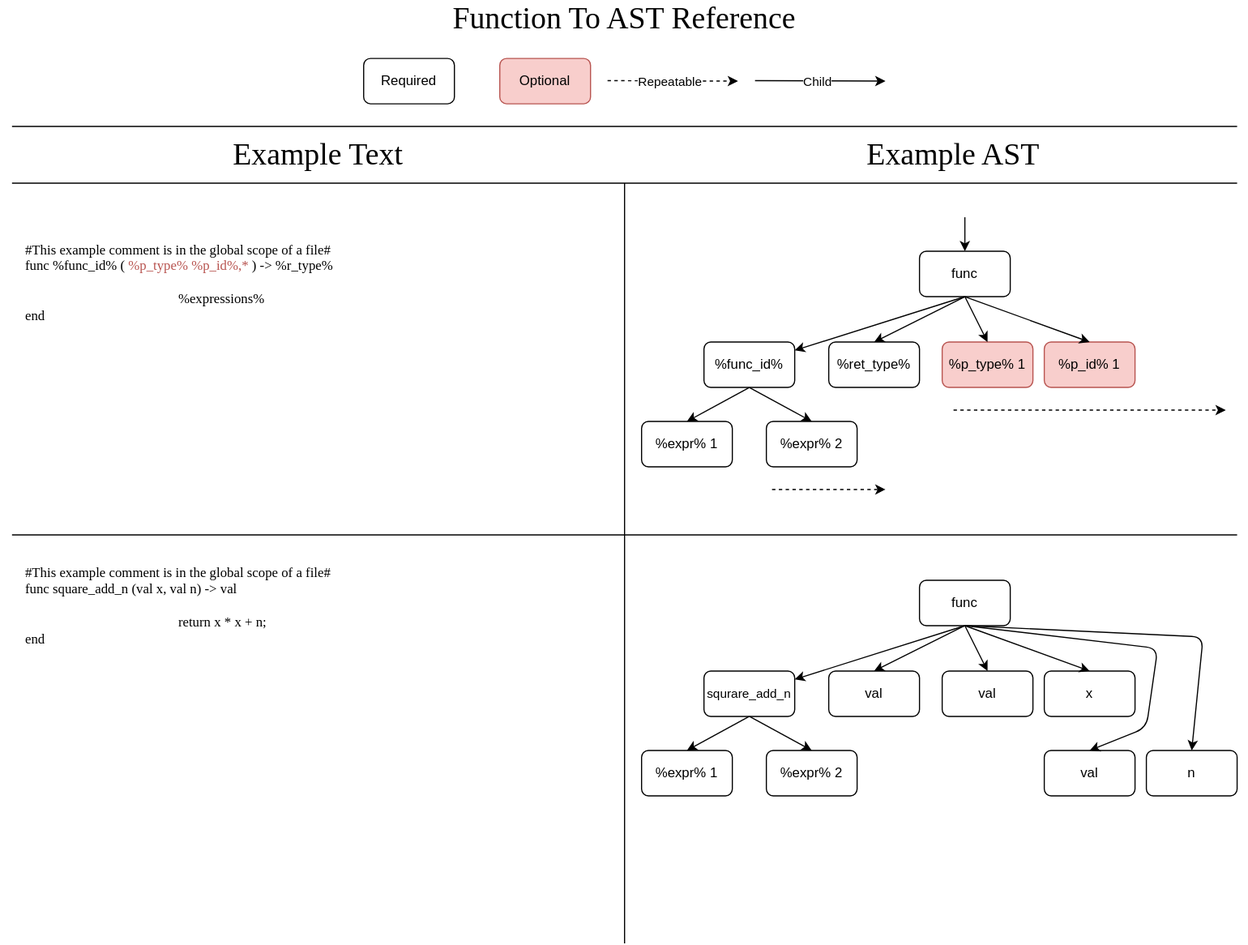
Above: docs/bytecompiler/block_references/function.drawio.svg in MooseTheMoosieMoose/FlowLang (draw.io), before the change. Source tidied: cells renumbered, new cells last; positions are measured from the earlier drawing's top-left corner, leaving out a move shared by most shapes. Its diagram source:
```xml
<mxGraphModel background="#FFFFFF">
  <root>
    <mxCell id="0" />
    <mxCell id="1" parent="0" />
    <mxCell id="2" value="&lt;font style=&quot;font-size: 27px;&quot; face=&quot;Verdana&quot;&gt;Function To AST Reference&lt;/font&gt;" style="text;html=1;align=center;verticalAlign=middle;whiteSpace=wrap;rounded=0;" parent="1" vertex="1">
      <mxGeometry width="1100" height="30" as="geometry" />
    </mxCell>
    <mxCell id="3" value="&lt;div&gt;&lt;font face=&quot;Verdana&quot;&gt;#This example comment is in the global scope of a file#&lt;/font&gt;&lt;/div&gt;&lt;font face=&quot;Verdana&quot;&gt;func %func_id% (&lt;font style=&quot;color: rgb(184, 84, 80);&quot;&gt;%p_type% %p_id%,*&lt;/font&gt;) -&amp;gt; %r_type%&lt;/font&gt;&lt;div&gt;&lt;font face=&quot;Verdana&quot;&gt;&lt;span style=&quot;white-space: pre;&quot;&gt;&#9;&lt;/span&gt;%expressions%&lt;br&gt;&lt;/font&gt;&lt;/div&gt;&lt;div&gt;&lt;font face=&quot;Verdana&quot;&gt;end&lt;/font&gt;&lt;/div&gt;" style="text;html=1;align=left;verticalAlign=top;whiteSpace=wrap;rounded=0;" parent="1" vertex="1">
      <mxGeometry x="20" y="205" width="520" height="70" as="geometry" />
    </mxCell>
    <mxCell id="4" value="func" style="rounded=1;whiteSpace=wrap;html=1;" parent="1" vertex="1">
      <mxGeometry x="810" y="220" width="80" height="40" as="geometry" />
    </mxCell>
    <mxCell id="5" value="%func_id%" style="rounded=1;whiteSpace=wrap;html=1;" parent="1" vertex="1">
      <mxGeometry x="620" y="300" width="80" height="40" as="geometry" />
    </mxCell>
    <mxCell id="6" value="%ret_type%" style="rounded=1;whiteSpace=wrap;html=1;" parent="1" vertex="1">
      <mxGeometry x="730" y="300" width="80" height="40" as="geometry" />
    </mxCell>
    <mxCell id="7" value="%p_type% 1" style="rounded=1;whiteSpace=wrap;html=1;fillColor=#f8cecc;strokeColor=#b85450;" parent="1" vertex="1">
      <mxGeometry x="830" y="300" width="80" height="40" as="geometry" />
    </mxCell>
    <mxCell id="8" value="%p_id% 1" style="rounded=1;whiteSpace=wrap;html=1;fillColor=#f8cecc;strokeColor=#b85450;" parent="1" vertex="1">
      <mxGeometry x="920" y="300" width="80" height="40" as="geometry" />
    </mxCell>
    <mxCell id="9" value="%expr% 1" style="rounded=1;whiteSpace=wrap;html=1;" parent="1" vertex="1">
      <mxGeometry x="565" y="370" width="80" height="40" as="geometry" />
    </mxCell>
    <mxCell id="10" value="%expr% 2" style="rounded=1;whiteSpace=wrap;html=1;" parent="1" vertex="1">
      <mxGeometry x="675" y="370" width="80" height="40" as="geometry" />
    </mxCell>
    <mxCell id="11" value="&lt;font face=&quot;Verdana&quot;&gt;&lt;span style=&quot;font-size: 27px;&quot;&gt;Example Text&lt;/span&gt;&lt;/font&gt;" style="text;html=1;align=center;verticalAlign=middle;whiteSpace=wrap;rounded=0;" parent="1" vertex="1">
      <mxGeometry x="40" y="120" width="480" height="30" as="geometry" />
    </mxCell>
    <mxCell id="12" value="&lt;font face=&quot;Verdana&quot;&gt;&lt;span style=&quot;font-size: 27px;&quot;&gt;Example AST&lt;/span&gt;&lt;/font&gt;" style="text;html=1;align=center;verticalAlign=middle;whiteSpace=wrap;rounded=0;" parent="1" vertex="1">
      <mxGeometry x="600" y="120" width="480" height="30" as="geometry" />
    </mxCell>
    <mxCell id="13" style="endArrow=classic;html=1;" parent="1" edge="1" target="4">
      <mxGeometry relative="1" as="geometry">
        <mxPoint x="850" y="190" as="sourcePoint" />
      </mxGeometry>
    </mxCell>
    <mxCell id="14" style="endArrow=classic;html=1;exitX=0.5;exitY=1;exitDx=0;exitDy=0;entryX=0.5;entryY=0;entryDx=0;entryDy=0;" parent="1" edge="1" source="4" target="6">
      <mxGeometry relative="1" as="geometry" />
    </mxCell>
    <mxCell id="15" style="endArrow=classic;html=1;exitX=0.5;exitY=1;exitDx=0;exitDy=0;entryX=0.5;entryY=0;entryDx=0;entryDy=0;" parent="1" edge="1" source="4" target="7">
      <mxGeometry relative="1" as="geometry" />
    </mxCell>
    <mxCell id="16" style="endArrow=classic;html=1;exitX=0.5;exitY=1;exitDx=0;exitDy=0;entryX=0.5;entryY=0;entryDx=0;entryDy=0;" parent="1" edge="1" source="4" target="8">
      <mxGeometry relative="1" as="geometry" />
    </mxCell>
    <mxCell id="17" style="endArrow=classic;html=1;dashed=1;" parent="1" edge="1">
      <mxGeometry relative="1" as="geometry">
        <mxPoint x="840" y="360" as="sourcePoint" />
        <mxPoint x="1080" y="360" as="targetPoint" />
      </mxGeometry>
    </mxCell>
    <mxCell id="18" style="endArrow=classic;html=1;exitX=0.5;exitY=1;exitDx=0;exitDy=0;entryX=0.5;entryY=0;entryDx=0;entryDy=0;" parent="1" edge="1" source="5" target="9">
      <mxGeometry relative="1" as="geometry" />
    </mxCell>
    <mxCell id="19" style="endArrow=classic;html=1;exitX=0.5;exitY=1;exitDx=0;exitDy=0;entryX=0.5;entryY=0;entryDx=0;entryDy=0;" parent="1" edge="1" source="5" target="10">
      <mxGeometry relative="1" as="geometry" />
    </mxCell>
    <mxCell id="20" style="endArrow=classic;html=1;dashed=1;" parent="1" edge="1">
      <mxGeometry relative="1" as="geometry">
        <mxPoint x="680" y="430" as="sourcePoint" />
        <mxPoint x="780" y="430" as="targetPoint" />
      </mxGeometry>
    </mxCell>
    <mxCell id="21" value="Required" style="rounded=1;whiteSpace=wrap;html=1;" parent="1" vertex="1">
      <mxGeometry x="320" y="50" width="80" height="40" as="geometry" />
    </mxCell>
    <mxCell id="22" value="Optional" style="rounded=1;whiteSpace=wrap;html=1;fillColor=#f8cecc;strokeColor=#B85450;" parent="1" vertex="1">
      <mxGeometry x="440" y="50" width="80" height="40" as="geometry" />
    </mxCell>
    <mxCell id="23" style="endArrow=classic;html=1;dashed=1;" parent="1" edge="1">
      <mxGeometry relative="1" as="geometry">
        <mxPoint x="535" y="69.6" as="sourcePoint" />
        <mxPoint x="650" y="70" as="targetPoint" />
      </mxGeometry>
    </mxCell>
    <mxCell id="24" value="Repeatable" style="edgeLabel;html=1;align=center;verticalAlign=middle;" parent="23" vertex="1">
      <mxGeometry x="-0.06" y="-1" relative="1" as="geometry" />
    </mxCell>
    <mxCell id="25" style="endArrow=classic;html=1;" parent="1" edge="1" target="5">
      <mxGeometry relative="1" as="geometry">
        <mxPoint x="850" y="260" as="sourcePoint" />
      </mxGeometry>
    </mxCell>
    <mxCell id="26" style="endArrow=classic;html=1;" parent="1" edge="1">
      <mxGeometry relative="1" as="geometry">
        <mxPoint x="665" y="69.6" as="sourcePoint" />
        <mxPoint x="780" y="70" as="targetPoint" />
      </mxGeometry>
    </mxCell>
    <mxCell id="27" value="Child" style="edgeLabel;html=1;align=center;verticalAlign=middle;" parent="26" vertex="1">
      <mxGeometry x="-0.06" y="-1" relative="1" as="geometry" />
    </mxCell>
    <mxCell id="28" style="endArrow=none;html=1;" parent="1" edge="1">
      <mxGeometry relative="1" as="geometry">
        <mxPoint x="10" y="110" as="sourcePoint" />
        <mxPoint x="1090" y="110" as="targetPoint" />
      </mxGeometry>
    </mxCell>
    <mxCell id="29" style="endArrow=none;html=1;" parent="1" edge="1">
      <mxGeometry relative="1" as="geometry">
        <mxPoint x="10" y="160" as="sourcePoint" />
        <mxPoint x="1090" y="160" as="targetPoint" />
      </mxGeometry>
    </mxCell>
    <mxCell id="30" style="endArrow=none;html=1;" parent="1" edge="1">
      <mxGeometry relative="1" as="geometry">
        <mxPoint x="550" y="830" as="sourcePoint" />
        <mxPoint x="550" y="160" as="targetPoint" />
      </mxGeometry>
    </mxCell>
    <mxCell id="31" style="endArrow=none;html=1;" parent="1" edge="1">
      <mxGeometry relative="1" as="geometry">
        <mxPoint x="10" y="470" as="sourcePoint" />
        <mxPoint x="1090" y="470" as="targetPoint" />
      </mxGeometry>
    </mxCell>
    <mxCell id="32" value="&lt;div&gt;&lt;font face=&quot;Verdana&quot;&gt;#This example comment is in the global scope of a file#&lt;/font&gt;&lt;/div&gt;&lt;font face=&quot;Verdana&quot;&gt;func square_add_n (val x, val n) -&amp;gt; val&lt;/font&gt;&lt;div&gt;&lt;font face=&quot;Verdana&quot;&gt;&lt;span style=&quot;white-space: pre;&quot;&gt;&#9;&lt;/span&gt;return x * x + n;&lt;br&gt;&lt;/font&gt;&lt;/div&gt;&lt;div&gt;&lt;font face=&quot;Verdana&quot;&gt;end&amp;nbsp;&amp;nbsp;&lt;/font&gt;&lt;/div&gt;" style="text;html=1;align=left;verticalAlign=top;whiteSpace=wrap;rounded=0;" parent="1" vertex="1">
      <mxGeometry x="20" y="490" width="520" height="70" as="geometry" />
    </mxCell>
    <mxCell id="33" value="func" style="rounded=1;whiteSpace=wrap;html=1;" parent="1" vertex="1">
      <mxGeometry x="810" y="510" width="80" height="40" as="geometry" />
    </mxCell>
    <mxCell id="34" value="&lt;font style=&quot;font-size: 11px;&quot;&gt;squrare_add_n&lt;/font&gt;" style="rounded=1;whiteSpace=wrap;html=1;" parent="1" vertex="1">
      <mxGeometry x="620" y="590" width="80" height="40" as="geometry" />
    </mxCell>
    <mxCell id="35" value="val" style="rounded=1;whiteSpace=wrap;html=1;" parent="1" vertex="1">
      <mxGeometry x="730" y="590" width="80" height="40" as="geometry" />
    </mxCell>
    <mxCell id="36" value="val" style="rounded=1;whiteSpace=wrap;html=1;" parent="1" vertex="1">
      <mxGeometry x="830" y="590" width="80" height="40" as="geometry" />
    </mxCell>
    <mxCell id="37" value="x" style="rounded=1;whiteSpace=wrap;html=1;" parent="1" vertex="1">
      <mxGeometry x="920" y="590" width="80" height="40" as="geometry" />
    </mxCell>
    <mxCell id="38" value="%expr% 1" style="rounded=1;whiteSpace=wrap;html=1;" parent="1" vertex="1">
      <mxGeometry x="565" y="660" width="80" height="40" as="geometry" />
    </mxCell>
    <mxCell id="39" value="%expr% 2" style="rounded=1;whiteSpace=wrap;html=1;" parent="1" vertex="1">
      <mxGeometry x="675" y="660" width="80" height="40" as="geometry" />
    </mxCell>
    <mxCell id="40" style="endArrow=classic;html=1;exitX=0.5;exitY=1;exitDx=0;exitDy=0;entryX=0.5;entryY=0;entryDx=0;entryDy=0;" parent="1" edge="1" source="33" target="35">
      <mxGeometry relative="1" as="geometry" />
    </mxCell>
    <mxCell id="41" style="endArrow=classic;html=1;exitX=0.5;exitY=1;exitDx=0;exitDy=0;entryX=0.5;entryY=0;entryDx=0;entryDy=0;" parent="1" edge="1" source="33" target="36">
      <mxGeometry relative="1" as="geometry" />
    </mxCell>
    <mxCell id="42" style="endArrow=classic;html=1;exitX=0.5;exitY=1;exitDx=0;exitDy=0;entryX=0.5;entryY=0;entryDx=0;entryDy=0;" parent="1" edge="1" source="33" target="37">
      <mxGeometry relative="1" as="geometry" />
    </mxCell>
    <mxCell id="43" style="endArrow=classic;html=1;exitX=0.5;exitY=1;exitDx=0;exitDy=0;entryX=0.5;entryY=0;entryDx=0;entryDy=0;" parent="1" edge="1" source="34" target="39">
      <mxGeometry relative="1" as="geometry" />
    </mxCell>
    <mxCell id="44" style="endArrow=classic;html=1;" parent="1" edge="1" target="34">
      <mxGeometry relative="1" as="geometry">
        <mxPoint x="850" y="550" as="sourcePoint" />
      </mxGeometry>
    </mxCell>
    <mxCell id="45" style="endArrow=classic;html=1;entryX=0.5;entryY=0;entryDx=0;entryDy=0;exitX=0.5;exitY=1;exitDx=0;exitDy=0;" parent="1" edge="1" source="34" target="38">
      <mxGeometry relative="1" as="geometry" />
    </mxCell>
    <mxCell id="46" value="val" style="rounded=1;whiteSpace=wrap;html=1;" parent="1" vertex="1">
      <mxGeometry x="920" y="660" width="80" height="40" as="geometry" />
    </mxCell>
    <mxCell id="47" value="n" style="rounded=1;whiteSpace=wrap;html=1;" parent="1" vertex="1">
      <mxGeometry x="1010" y="660" width="80" height="40" as="geometry" />
    </mxCell>
    <mxCell id="48" style="endArrow=classic;html=1;entryX=0.5;entryY=0;entryDx=0;entryDy=0;exitX=0.5;exitY=1;exitDx=0;exitDy=0;" parent="1" edge="1" source="33" target="46">
      <mxGeometry relative="1" as="geometry">
        <Array as="points">
          <mxPoint x="1020" y="570" />
          <mxPoint x="1010" y="640" />
        </Array>
      </mxGeometry>
    </mxCell>
    <mxCell id="49" style="endArrow=classic;html=1;entryX=0.5;entryY=0;entryDx=0;entryDy=0;" parent="1" edge="1" target="47">
      <mxGeometry relative="1" as="geometry">
        <mxPoint x="850" y="550" as="sourcePoint" />
        <Array as="points">
          <mxPoint x="1060" y="560" />
        </Array>
      </mxGeometry>
    </mxCell>
  </root>
</mxGraphModel>
```
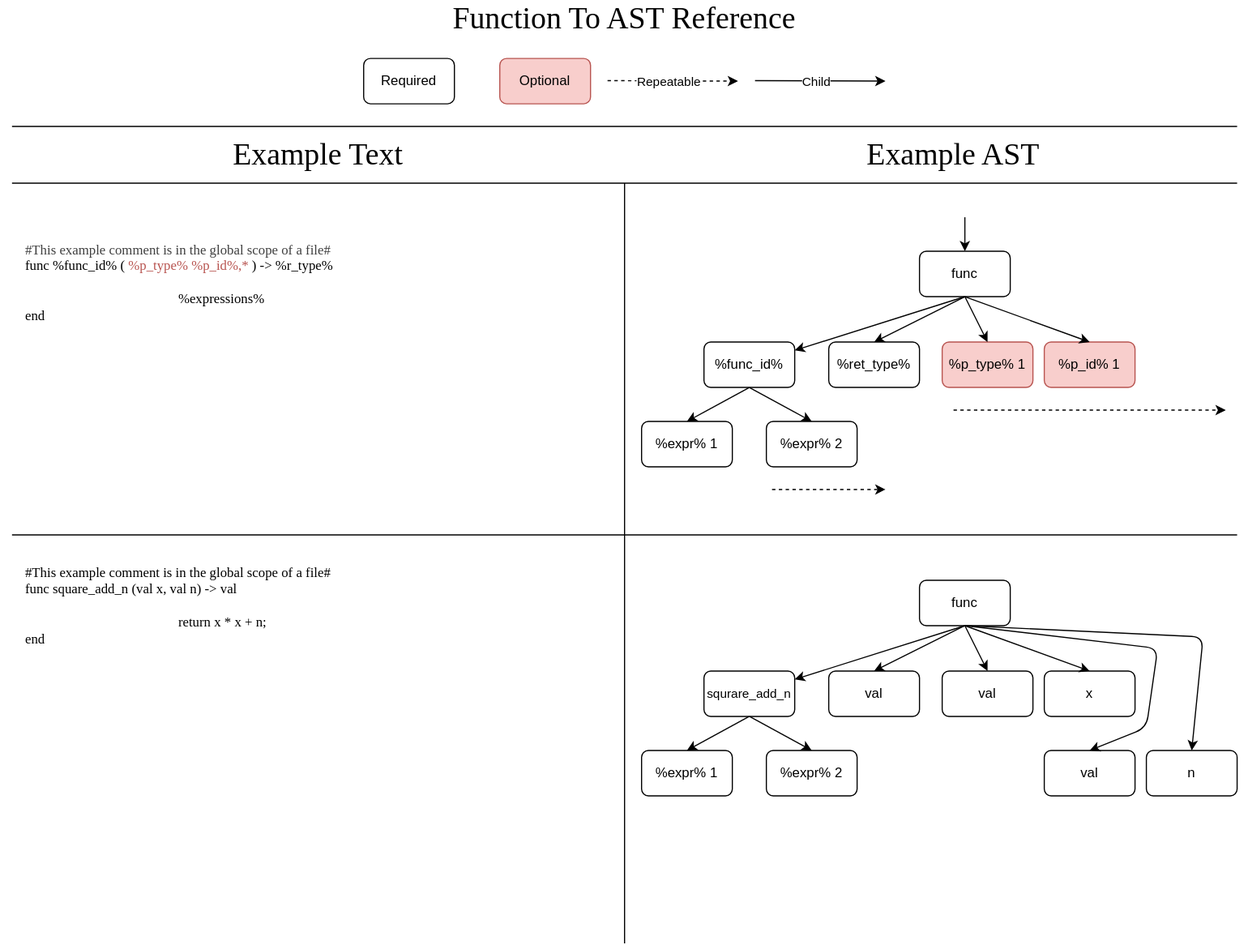
The same file after the commit.

Change to the diagram source:
```diff
@@ -5,7 +5,7 @@
     <mxCell id="2" value="&lt;font style=&quot;font-size: 27px;&quot; face=&quot;Verdana&quot;&gt;Function To AST Reference&lt;/font&gt;" style="text;html=1;align=center;verticalAlign=middle;whiteSpace=wrap;rounded=0;" parent="1" vertex="1">
       <mxGeometry width="1100" height="30" as="geometry" />
     </mxCell>
-    <mxCell id="3" value="&lt;div&gt;&lt;font face=&quot;Verdana&quot;&gt;#This example comment is in the global scope of a file#&lt;/font&gt;&lt;/div&gt;&lt;font face=&quot;Verdana&quot;&gt;func %func_id% (&lt;font style=&quot;color: rgb(184, 84, 80);&quot;&gt;%p_type% %p_id%,*&lt;/font&gt;) -&amp;gt; %r_type%&lt;/font&gt;&lt;div&gt;&lt;font face=&quot;Verdana&quot;&gt;&lt;span style=&quot;white-space: pre;&quot;&gt;&#9;&lt;/span&gt;%expressions%&lt;br&gt;&lt;/font&gt;&lt;/div&gt;&lt;div&gt;&lt;font face=&quot;Verdana&quot;&gt;end&lt;/font&gt;&lt;/div&gt;" style="text;html=1;align=left;verticalAlign=top;whiteSpace=wrap;rounded=0;" parent="1" vertex="1">
+    <mxCell id="3" value="&lt;div&gt;&lt;span style=&quot;color: rgb(63, 63, 63); font-family: Verdana; background-color: transparent;&quot;&gt;#This example comment is in the global scope of a file#&lt;/span&gt;&lt;/div&gt;&lt;font face=&quot;Verdana&quot;&gt;func %func_id% (&lt;font style=&quot;color: rgb(184, 84, 80);&quot;&gt;%p_type% %p_id%,*&lt;/font&gt;) -&amp;gt; %r_type%&lt;/font&gt;&lt;div&gt;&lt;font face=&quot;Verdana&quot;&gt;&lt;span style=&quot;white-space: pre;&quot;&gt;&#9;&lt;/span&gt;%expressions%&lt;br&gt;&lt;/font&gt;&lt;/div&gt;&lt;div&gt;&lt;font face=&quot;Verdana&quot;&gt;end&lt;/font&gt;&lt;/div&gt;" style="text;html=1;align=left;verticalAlign=top;whiteSpace=wrap;rounded=0;" parent="1" vertex="1">
       <mxGeometry x="20" y="205" width="520" height="70" as="geometry" />
     </mxCell>
     <mxCell id="4" value="func" style="rounded=1;whiteSpace=wrap;html=1;" parent="1" vertex="1">
```
